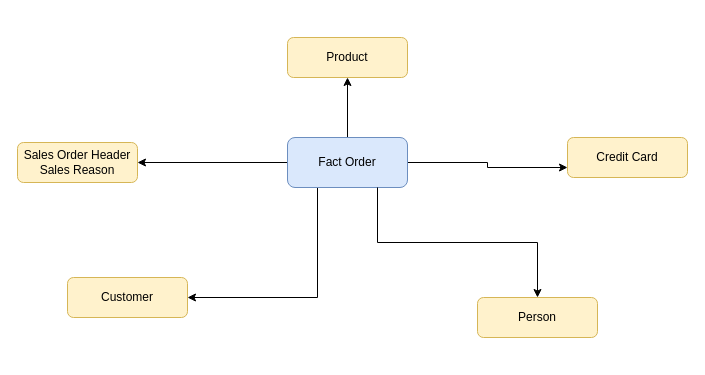
marcon-droid/dw_AdventureWorks keeps this draw.io diagram as Star schema AdvWorks.drawio. Above is the earlier version. Source tidied: cells renumbered, new cells numbered last; positions are measured from the earlier drawing's top-left corner, leaving out a move shared by most shapes. Both pictures are drawn from the tidied source at 100%, with x=0, y=0 at pixel (17, 37).
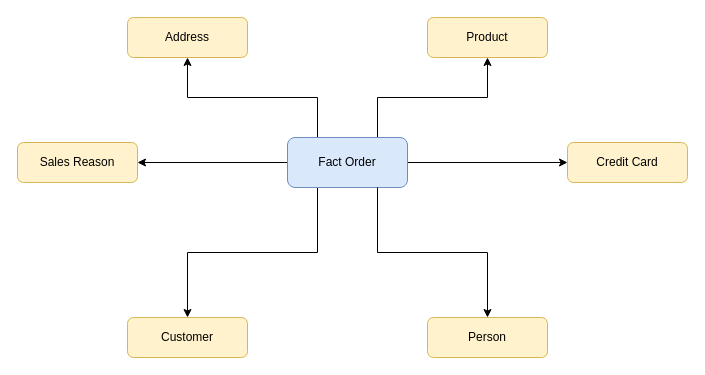
After the change.

Diff of the diagram source:
```diff
@@
 <mxGraphModel>
   <root>
     <mxCell id="0" />
     <mxCell id="1" parent="0" />
-    <mxCell id="2" style="edgeStyle=orthogonalEdgeStyle;rounded=0;jettySize=auto;html=1;entryX=0.5;entryY=1;entryDx=0;entryDy=0;exitX=0.5;exitY=0;exitDx=0;exitDy=0;" parent="1" edge="1" source="6" target="9">
+    <mxCell id="2" style="edgeStyle=orthogonalEdgeStyle;rounded=0;jettySize=auto;html=1;entryX=0.5;entryY=1;entryDx=0;entryDy=0;exitX=0.75;exitY=0;exitDx=0;exitDy=0;" parent="1" edge="1" source="6" target="9">
       <mxGeometry relative="1" as="geometry" />
     </mxCell>
     <mxCell id="3" style="edgeStyle=orthogonalEdgeStyle;rounded=0;jettySize=auto;html=1;entryX=1;entryY=0.5;entryDx=0;entryDy=0;" parent="1" edge="1" source="6" target="8">
       <mxGeometry relative="1" as="geometry" />
     </mxCell>
-    <mxCell id="4" style="edgeStyle=orthogonalEdgeStyle;rounded=0;jettySize=auto;html=1;entryX=0;entryY=0.75;entryDx=0;entryDy=0;" parent="1" edge="1" source="6" target="12">
+    <mxCell id="4" style="edgeStyle=orthogonalEdgeStyle;rounded=0;jettySize=auto;html=1;entryX=0;entryY=0.5;entryDx=0;entryDy=0;" parent="1" edge="1" source="6" target="12">
       <mxGeometry relative="1" as="geometry" />
     </mxCell>
-    <mxCell id="5" style="edgeStyle=orthogonalEdgeStyle;rounded=0;jettySize=auto;html=1;entryX=1;entryY=0.5;entryDx=0;entryDy=0;exitX=0.25;exitY=1;exitDx=0;exitDy=0;" parent="1" edge="1" source="6" target="7">
+    <mxCell id="5" style="edgeStyle=orthogonalEdgeStyle;rounded=0;jettySize=auto;html=1;exitX=0.25;exitY=1;exitDx=0;exitDy=0;" parent="1" edge="1" source="6" target="7">
       <mxGeometry relative="1" as="geometry" />
     </mxCell>
+    <mxCell id="13" style="edgeStyle=orthogonalEdgeStyle;rounded=0;jettySize=auto;html=1;exitX=0.25;exitY=0;exitDx=0;exitDy=0;entryX=0.5;entryY=1;entryDx=0;entryDy=0;" parent="1" edge="1" source="6" target="14">
+      <mxGeometry relative="1" as="geometry" />
+    </mxCell>
     <mxCell id="6" value="Fact Order" style="rounded=1;whiteSpace=wrap;html=1;fillColor=#dae8fc;strokeColor=#6c8ebf;" parent="1" vertex="1">
       <mxGeometry x="270" y="100" width="120" height="50" as="geometry" />
     </mxCell>
     <mxCell id="7" value="Customer" style="rounded=1;whiteSpace=wrap;html=1;fillColor=#fff2cc;strokeColor=#d6b656;" parent="1" vertex="1">
-      <mxGeometry x="50" y="240" width="120" height="40" as="geometry" />
+      <mxGeometry x="110" y="280" width="120" height="40" as="geometry" />
     </mxCell>
-    <mxCell id="8" value="Sales Order Header Sales Reason" style="rounded=1;whiteSpace=wrap;html=1;fillColor=#fff2cc;strokeColor=#d6b656;" parent="1" vertex="1">
+    <mxCell id="8" value="Sales Reason" style="rounded=1;whiteSpace=wrap;html=1;fillColor=#fff2cc;strokeColor=#d6b656;" parent="1" vertex="1">
       <mxGeometry y="105" width="120" height="40" as="geometry" />
     </mxCell>
     <mxCell id="9" value="Product" style="rounded=1;whiteSpace=wrap;html=1;fillColor=#fff2cc;strokeColor=#d6b656;" parent="1" vertex="1">
-      <mxGeometry x="270" width="120" height="40" as="geometry" />
+      <mxGeometry x="410" y="-20" width="120" height="40" as="geometry" />
     </mxCell>
     <mxCell id="10" value="Person" style="rounded=1;whiteSpace=wrap;html=1;fillColor=#fff2cc;strokeColor=#d6b656;" parent="1" vertex="1">
-      <mxGeometry x="460" y="260" width="120" height="40" as="geometry" />
+      <mxGeometry x="410" y="280" width="120" height="40" as="geometry" />
     </mxCell>
     <mxCell id="11" style="edgeStyle=orthogonalEdgeStyle;rounded=0;jettySize=auto;html=1;entryX=0.5;entryY=0;entryDx=0;entryDy=0;exitX=0.75;exitY=1;exitDx=0;exitDy=0;" parent="1" edge="1" source="6" target="10">
       <mxGeometry relative="1" as="geometry" />
     </mxCell>
     <mxCell id="12" value="Credit Card" style="rounded=1;whiteSpace=wrap;html=1;fillColor=#fff2cc;strokeColor=#d6b656;" parent="1" vertex="1">
-      <mxGeometry x="550" y="100" width="120" height="40" as="geometry" />
+      <mxGeometry x="550" y="105" width="120" height="40" as="geometry" />
     </mxCell>
+    <mxCell id="14" value="Address" style="rounded=1;whiteSpace=wrap;html=1;fillColor=#fff2cc;strokeColor=#d6b656;" parent="1" vertex="1">
+      <mxGeometry x="110" y="-20" width="120" height="40" as="geometry" />
+    </mxCell>
   </root>
 </mxGraphModel>
```
